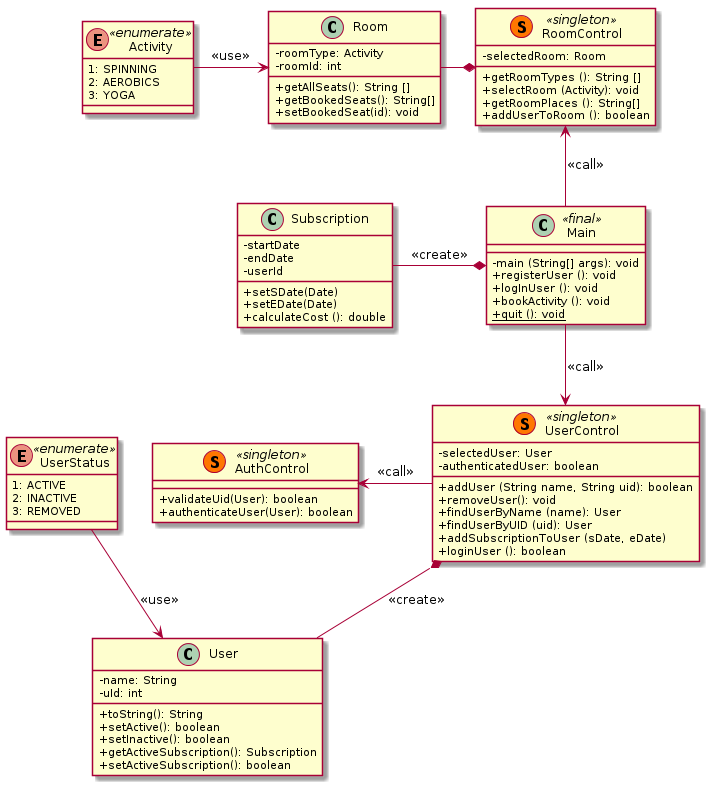
Above: UML_A2.png in weleoka/A02_u01 (PlantUML), before the change.
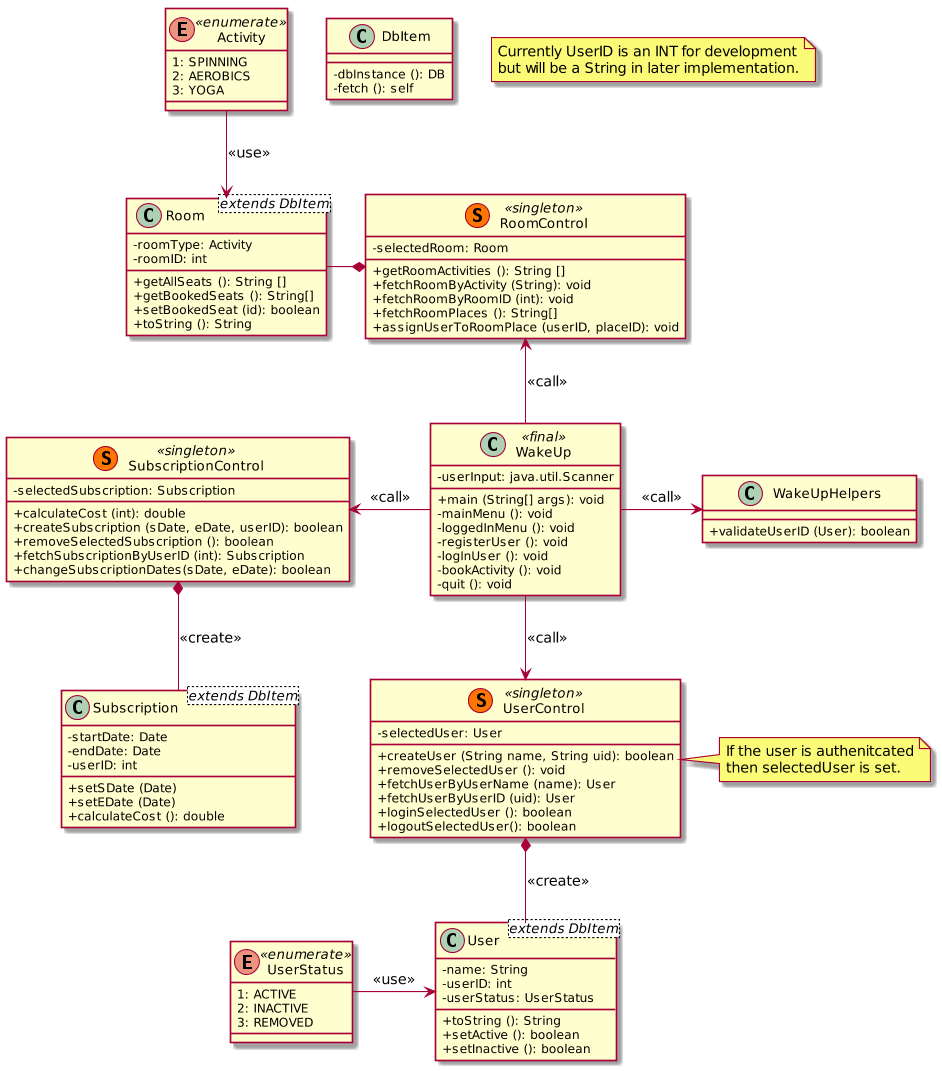
The same file after the commit.

Commit message:
Changes to UML and adding classes and filling in the method names.

Change to the diagram source:
```diff
@@ -1,33 +1,44 @@
 @startuml
-
 
 skinparam classAttributeIconSize 0
 skinparam class {
 }
 
+class WakeUp <<final>> {
+    - userInput: java.util.Scanner
+    + main (String[] args): void
+    - mainMenu (): void
+    - loggedInMenu (): void
+    - registerUser (): void
+    - logInUser (): void
+    - bookActivity (): void
+    - quit (): void
+}
+class WakeUpHelpers {
+    + validateUserID (User): boolean
+}
+class DbItem {
+    - dbInstance (): DB
+    - fetch (): self
+}
 
-class Main <<final>> {
-    - main (String[] args): void
-    + registerUser (): void
-    + logInUser (): void
-    + bookActivity (): void
-    + {static} quit (): void
-}
 
 
 class RoomControl <<(S, #FF7700) singleton>> {
     - selectedRoom: Room
-    + getRoomTypes (): String []
-    + selectRoom (Activity): void
-    + getRoomPlaces (): String[]
-    + addUserToRoom (): boolean
+    + getRoomActivities (): String []
+    + fetchRoomByActivity (String): void
+    + fetchRoomByRoomID (int): void
+    + fetchRoomPlaces (): String[]
+    + assignUserToRoomPlace (userID, placeID): void
 }
-class Room {
+class Room <extends DbItem>{
     - roomType: Activity
-    - roomId: int
-    + getAllSeats(): String []
-    + getBookedSeats(): String[]
-    + setBookedSeat(id): void
+    - roomID: int
+    + getAllSeats (): String []
+    + getBookedSeats (): String[]
+    + setBookedSeat (id): boolean
+    + toString (): String
 }
 enum Activity <<enumerate>> {
     1: SPINNING
@@ -39,40 +50,21 @@
 
 class UserControl <<(S, #FF7700) singleton>> {
     - selectedUser: User
-    - authenticatedUser: boolean
-    + addUser (String name, String uid): boolean
-    + removeUser(): void
-    + findUserByName (name): User
-    + findUserByUID (uid): User
-    + addSubscriptionToUser (sDate, eDate)
-    + loginUser (): boolean
+    + createUser (String name, String uid): boolean
+    + removeSelectedUser (): void
+    + fetchUserByUserName (name): User
+    + fetchUserByUserID (uid): User
+    + loginSelectedUser (): boolean
+    + logoutSelectedUser(): boolean
 }
-class User {
+class User <extends DbItem> {
     - name: String
-    - uId: int
-    + toString(): String
-    + setActive(): boolean
-    + setInactive(): boolean
-    + getActiveSubscription(): Subscription
-    + setActiveSubscription(): boolean
+    - userID: int
+    - userStatus: UserStatus
+    + toString (): String
+    + setActive (): boolean
+    + setInactive (): boolean
 }
-
-
-class AuthControl <<(S, #FF7700) singleton>> {
-    + validateUid(User): boolean
-    + authenticateUser(User): boolean
-}
-
-
-class Subscription {
-    - startDate
-    - endDate
-    - userId
-    + setSDate(Date)
-    + setEDate(Date)
-    + calculateCost (): double
-}
-
 enum UserStatus <<enumerate>> {
     1: ACTIVE
     2: INACTIVE
@@ -80,14 +72,38 @@
 }
 
 
-Main             -->              UserControl: <<call>>
-UserControl     *--              User: <<create>>
-UserStatus      -->              User: <<use>>
-RoomControl     <--              Main: <<call>>
-Room            -*               RoomControl
-Activity        ->               Room: <<use>>
-AuthControl     <-               UserControl: <<call>>
-Subscription    -*               Main: <<create>>
+
+class SubscriptionControl <<(S, #FF7700) singleton>> {
+    - selectedSubscription: Subscription
+    + calculateCost (int): double
+    + createSubscription (sDate, eDate, userID): boolean
+    + removeSelectedSubscription (): boolean
+    + fetchSubscriptionByUserID (int): Subscription
+    + changeSubscriptionDates(sDate, eDate): boolean
+}
+class Subscription <extends DbItem> {
+    - startDate: Date
+    - endDate: Date
+    - userID: int
+    + setSDate (Date)
+    + setEDate (Date)
+    + calculateCost (): double
+}
 
 
+
+note right of UserControl: If the user is authenitcated\nthen selectedUser is set.
+note "Currently UserID is an INT for development\nbut will be a String in later implementation." as N1
+
+
+WakeUp                  -->     UserControl: <<call>>
+SubscriptionControl     *--     Subscription: <<create>>
+UserControl             *--     User: <<create>>
+UserStatus              ->      User: <<use>>
+RoomControl             <--     WakeUp: <<call>>
+Room                    -*      RoomControl
+Activity                -->     Room: <<use>>
+WakeUp                  ->      WakeUpHelpers: <<call>>
+SubscriptionControl     <-      WakeUp: <<call>>
+
 @enduml
```
